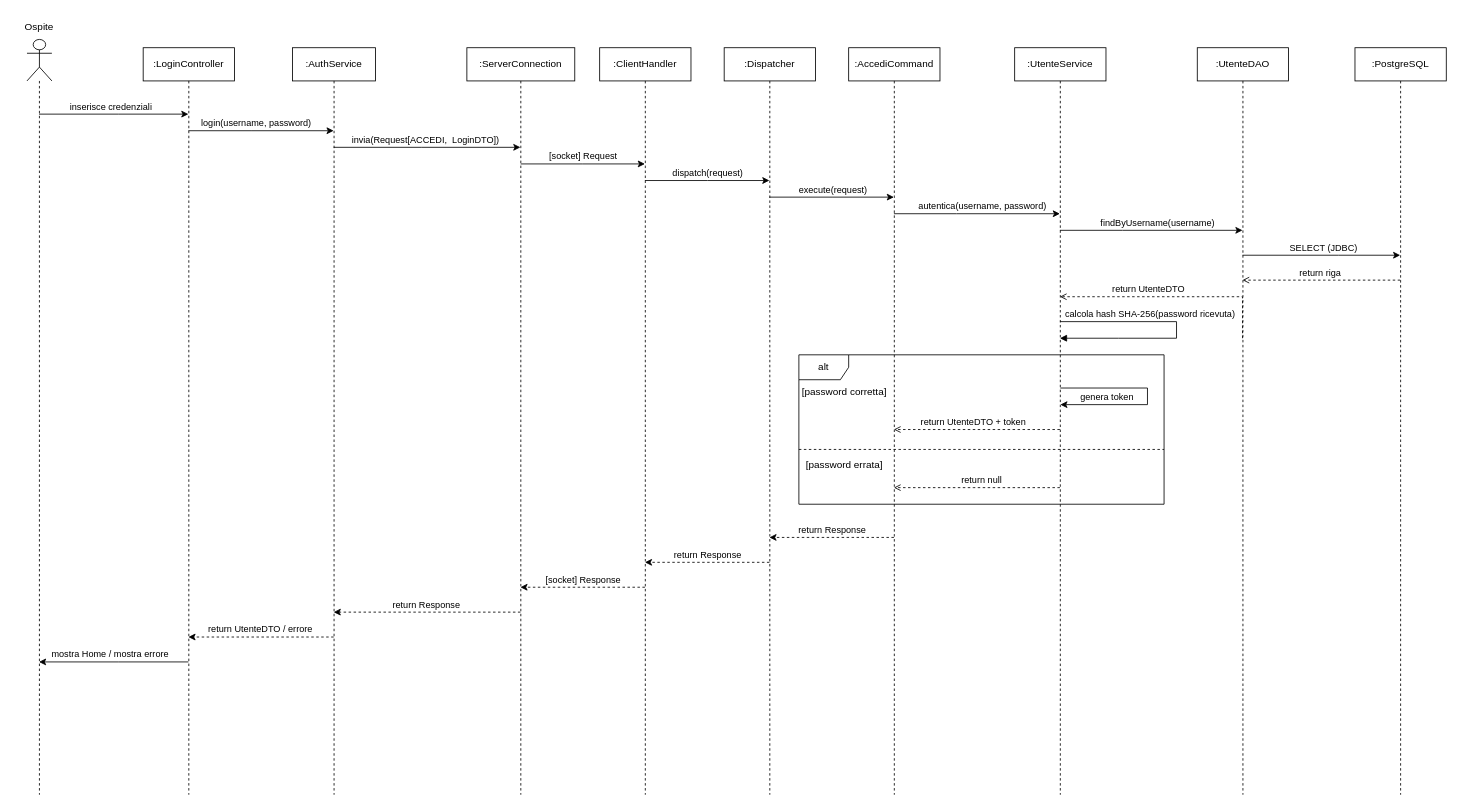
The draw.io diagram page "Login" (1 of 6) of Progettazione/Barlera/Diagrammi/SequenceDiagram.drawio in FloshDev/TheKnife-B, before the edit. Source tidied: cells renumbered, new cells numbered last; positions are measured from the earlier drawing's top-left corner, leaving out a move shared by most shapes. Both pictures are drawn from the tidied source at 83%, with x=0, y=0 at pixel (14, 14).
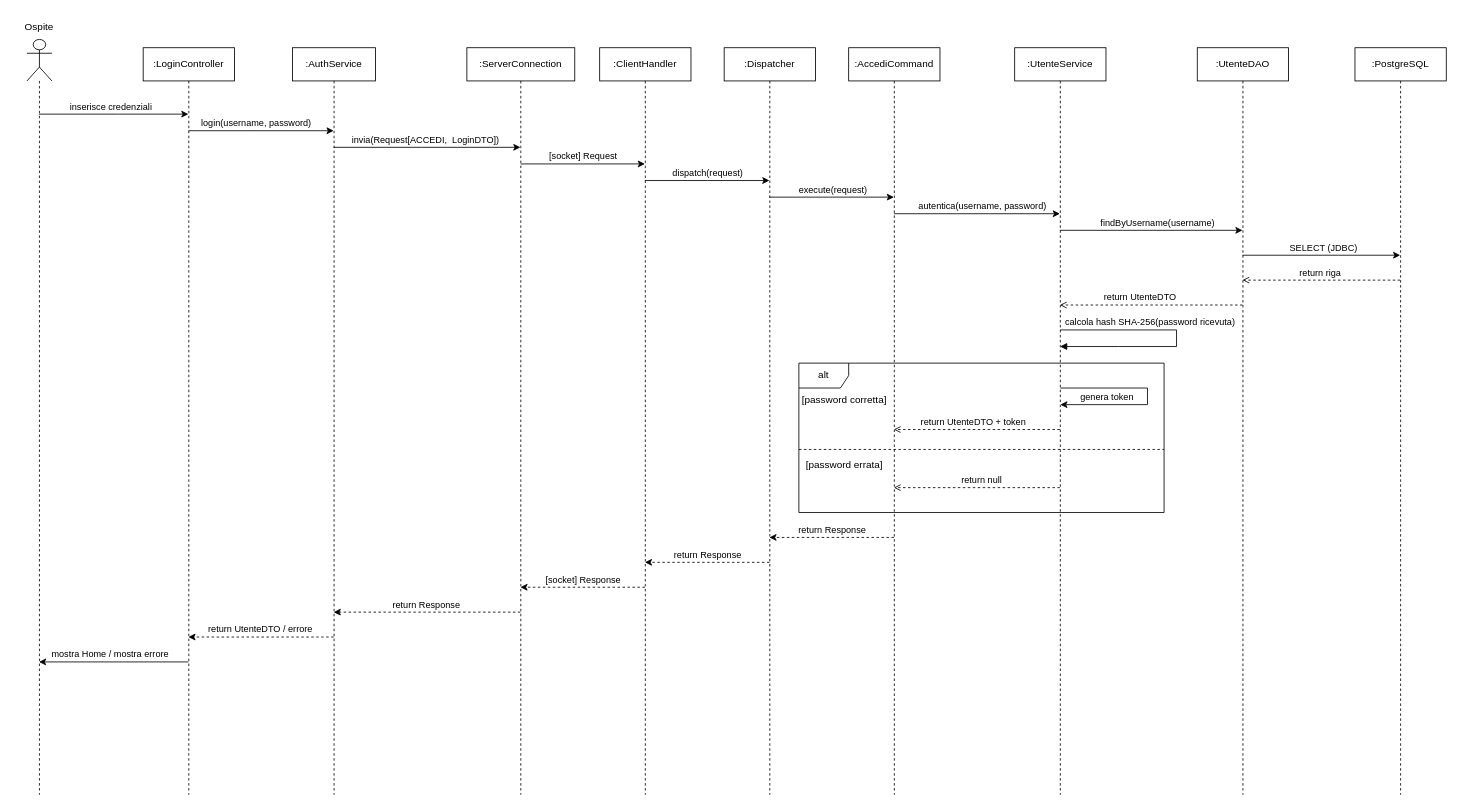
The same page after the edit.

Unchanged cells that the change refers to:
```xml
<mxCell id="31" value=":UtenteService" style="shape=umlLifeline;perimeter=lifelinePerimeter;whiteSpace=wrap;html=1;outlineConnect=0;portConstraint=eastwest;newEdgeStyle={&quot;edgeStyle&quot;:&quot;elbowEdgeStyle&quot;,&quot;elbow&quot;:&quot;vertical&quot;,&quot;curved&quot;:0,&quot;rounded&quot;:0};" parent="1" vertex="1">
  <mxGeometry x="1205" y="40" width="110" height="900" as="geometry" />
</mxCell>
<mxCell id="36" value=":UtenteDAO" style="shape=umlLifeline;perimeter=lifelinePerimeter;whiteSpace=wrap;html=1;outlineConnect=0;portConstraint=eastwest;newEdgeStyle={&quot;edgeStyle&quot;:&quot;elbowEdgeStyle&quot;,&quot;elbow&quot;:&quot;vertical&quot;,&quot;curved&quot;:0,&quot;rounded&quot;:0};" parent="1" vertex="1">
  <mxGeometry x="1425" y="40" width="110" height="900" as="geometry" />
</mxCell>
```

The edit, as a diff of the source:
```diff
@@
-    <mxCell id="34" style="edgeStyle=elbowEdgeStyle;rounded=0;jettySize=auto;html=1;elbow=vertical;curved=0;endArrow=open;endFill=0;dashed=1;" parent="1" edge="1" target="31">
+    <mxCell id="34" style="edgeStyle=elbowEdgeStyle;rounded=0;jettySize=auto;html=1;elbow=vertical;curved=0;endArrow=open;endFill=0;dashed=1;" parent="1" edge="1" source="36" target="31">
       <mxGeometry relative="1" as="geometry">
-        <mxPoint x="1479.5" y="390" as="sourcePoint" />
         <Array as="points">
-          <mxPoint x="1355" y="340" />
+          <mxPoint x="1350.3" y="350" />
         </Array>
       </mxGeometry>
     </mxCell>
     <mxCell id="35" value="return UtenteDTO" style="edgeLabel;html=1;align=center;verticalAlign=middle;" parent="34" vertex="1">
       <mxGeometry x="-0.56" y="-1" relative="1" as="geometry">
-        <mxPoint x="-105" y="-9" as="offset" />
+        <mxPoint x="-76" y="-9" as="offset" />
       </mxGeometry>
     </mxCell>
@@
     <mxCell id="44" value="alt" style="shape=umlFrame;whiteSpace=wrap;html=1;" parent="1" vertex="1">
-      <mxGeometry x="945" y="410" width="440" height="180" as="geometry" />
+      <mxGeometry x="945" y="420" width="440" height="180" as="geometry" />
     </mxCell>
@@
     <mxCell id="46" value="[password corretta]" style="text;html=1;whiteSpace=wrap;strokeColor=none;fillColor=none;align=center;verticalAlign=middle;rounded=0;" parent="1" vertex="1">
-      <mxGeometry x="945" y="440" width="110" height="30" as="geometry" />
+      <mxGeometry x="945" y="450" width="110" height="30" as="geometry" />
     </mxCell>
@@
-    <mxCell id="58" value="calcola hash SHA-256(password ricevuta)" style="html=1;verticalAlign=bottom;endArrow=block;curved=0;rounded=0;" parent="1" edge="1" source="31" target="31">
+    <mxCell id="58" value="calcola hash SHA-256(password ricevuta)" style="html=1;verticalAlign=bottom;endArrow=block;curved=0;rounded=0;" parent="1" edge="1">
       <mxGeometry x="-0.28" relative="1" as="geometry">
+        <mxPoint x="1259.7" y="380" as="sourcePoint" />
+        <mxPoint x="1259.7" y="400" as="targetPoint" />
         <Array as="points">
-          <mxPoint x="1400" y="370" />
-          <mxPoint x="1400" y="390" />
-          <mxPoint x="1330" y="390" />
+          <mxPoint x="1400" y="380" />
+          <mxPoint x="1400" y="400" />
+          <mxPoint x="1330" y="400" />
         </Array>
       </mxGeometry>
     </mxCell>
```
